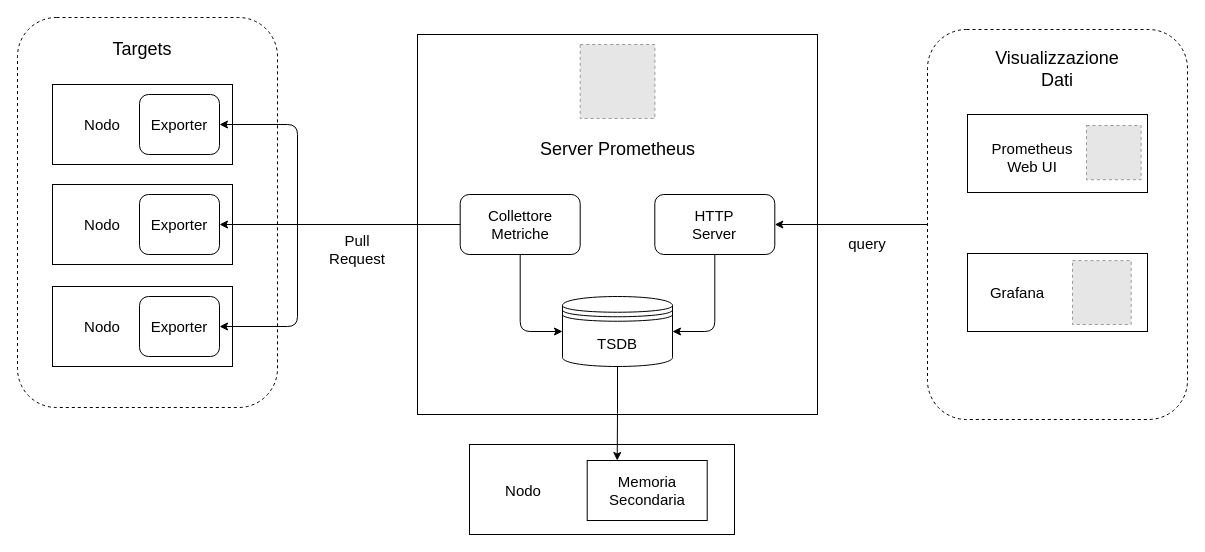
Earlier version of the draw.io diagram architettura-prometheus.drawio (aziap/Tesi). Source tidied: cells renumbered, new cells numbered last; positions are measured from the earlier drawing's top-left corner, leaving out a move shared by most shapes. Both pictures are drawn from the tidied source at 100%, with x=0, y=0 at pixel (17, 17). Pictures stored in the file or linked from it are replaced by grey dashed boxes.
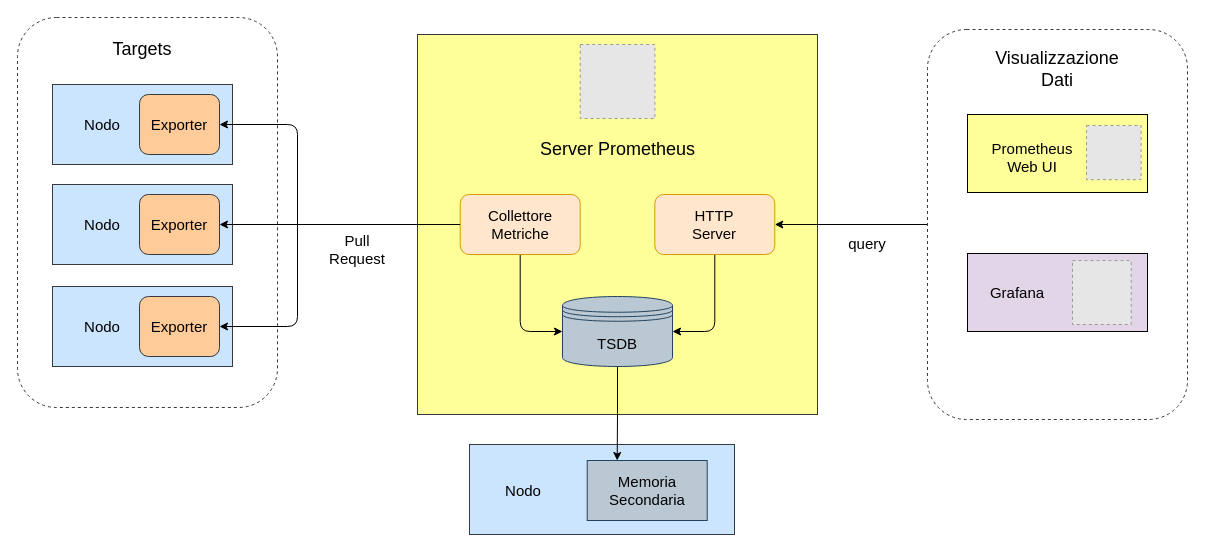
The same diagram, later.

Diff of the diagram source:
```diff
@@
-    <mxCell id="2" style="rounded=0;whiteSpace=wrap;html=1;" parent="1" vertex="1">
+    <mxCell id="2" style="rounded=0;whiteSpace=wrap;html=1;fillColor=#FFFF99;strokeColor=#36393d;" parent="1" vertex="1">
       <mxGeometry x="400" y="17" width="400" height="380" as="geometry" />
     </mxCell>
@@
-    <mxCell id="6" value="&lt;font style=&quot;font-size: 15px;&quot;&gt;Collettore &lt;br style=&quot;font-size: 15px;&quot;&gt;Metriche&lt;/font&gt;" style="rounded=1;whiteSpace=wrap;html=1;fontSize=15;" parent="1" vertex="1">
+    <mxCell id="6" value="&lt;font style=&quot;font-size: 15px;&quot;&gt;Collettore &lt;br style=&quot;font-size: 15px;&quot;&gt;Metriche&lt;/font&gt;" style="rounded=1;whiteSpace=wrap;html=1;fontSize=15;fillColor=#ffe6cc;strokeColor=#d79b00;" parent="1" vertex="1">
       <mxGeometry x="442.7" y="177" width="120" height="60" as="geometry" />
     </mxCell>
-    <mxCell id="7" value="&lt;font style=&quot;font-size: 15px;&quot;&gt;TSDB&lt;/font&gt;" style="shape=datastore;whiteSpace=wrap;html=1;" parent="1" vertex="1">
+    <mxCell id="7" value="&lt;font style=&quot;font-size: 15px;&quot;&gt;TSDB&lt;/font&gt;" style="shape=datastore;whiteSpace=wrap;html=1;fillColor=#bac8d3;strokeColor=#23445d;" parent="1" vertex="1">
       <mxGeometry x="545" y="279" width="110" height="70" as="geometry" />
     </mxCell>
@@
-    <mxCell id="9" value="HTTP&lt;br&gt;Server" style="rounded=1;whiteSpace=wrap;html=1;fontSize=15;" parent="1" vertex="1">
+    <mxCell id="9" value="HTTP&lt;br&gt;Server" style="rounded=1;whiteSpace=wrap;html=1;fontSize=15;fillColor=#ffe6cc;strokeColor=#d79b00;" parent="1" vertex="1">
       <mxGeometry x="637.3" y="177" width="120" height="60" as="geometry" />
     </mxCell>
-    <mxCell id="10" style="rounded=1;whiteSpace=wrap;html=1;dashed=1;" parent="1" vertex="1">
+    <mxCell id="10" style="rounded=1;whiteSpace=wrap;html=1;dashed=1;fillColor=none;strokeColor=#36393d;" parent="1" vertex="1">
       <mxGeometry width="260" height="390" as="geometry" />
     </mxCell>
@@
-    <mxCell id="13" style="rounded=0;whiteSpace=wrap;html=1;" parent="1" vertex="1">
+    <mxCell id="13" style="rounded=0;whiteSpace=wrap;html=1;fillColor=#cce5ff;strokeColor=#36393d;" parent="1" vertex="1">
       <mxGeometry x="452" y="427" width="265" height="90" as="geometry" />
     </mxCell>
@@
-    <mxCell id="15" value="&lt;font style=&quot;font-size: 15px;&quot;&gt;Memoria &lt;br&gt;Secondaria&lt;/font&gt;" style="rounded=0;whiteSpace=wrap;html=1;" parent="1" vertex="1">
+    <mxCell id="15" value="&lt;font style=&quot;font-size: 15px;&quot;&gt;Memoria &lt;br&gt;Secondaria&lt;/font&gt;" style="rounded=0;whiteSpace=wrap;html=1;fillColor=#bac8d3;strokeColor=#23445d;" parent="1" vertex="1">
       <mxGeometry x="569.7" y="443" width="120" height="60" as="geometry" />
     </mxCell>
@@
-    <mxCell id="17" style="group;" parent="1" vertex="1">
+    <mxCell id="17" style="group;fillColor=#cce5ff;strokeColor=#36393d;" parent="1" vertex="1">
       <mxGeometry x="35" y="67" width="180" height="80" as="geometry" />
     </mxCell>
-    <mxCell id="18" style="rounded=0;whiteSpace=wrap;html=1;" parent="17" vertex="1">
+    <mxCell id="18" style="rounded=0;whiteSpace=wrap;html=1;fillColor=#cce5ff;strokeColor=#36393d;" parent="17" vertex="1">
       <mxGeometry width="180" height="80" as="geometry" />
     </mxCell>
-    <mxCell id="19" value="&lt;font style=&quot;font-size: 15px;&quot;&gt;Exporter&lt;/font&gt;" style="rounded=1;whiteSpace=wrap;html=1;" parent="17" vertex="1">
+    <mxCell id="19" value="&lt;font style=&quot;font-size: 15px;&quot;&gt;Exporter&lt;/font&gt;" style="rounded=1;whiteSpace=wrap;html=1;fillColor=#ffcc99;strokeColor=#36393d;" parent="17" vertex="1">
       <mxGeometry x="87" y="10" width="80" height="60" as="geometry" />
     </mxCell>
@@
-    <mxCell id="21" style="group;" parent="1" vertex="1">
+    <mxCell id="21" style="group;fillColor=#cce5ff;strokeColor=#36393d;" parent="1" vertex="1">
       <mxGeometry x="35" y="167" width="180" height="80" as="geometry" />
     </mxCell>
-    <mxCell id="22" style="rounded=0;whiteSpace=wrap;html=1;" parent="21" vertex="1">
+    <mxCell id="22" style="rounded=0;whiteSpace=wrap;html=1;fillColor=#cce5ff;strokeColor=#36393d;" parent="21" vertex="1">
       <mxGeometry width="180" height="80" as="geometry" />
     </mxCell>
-    <mxCell id="23" value="&lt;font style=&quot;font-size: 15px;&quot;&gt;Exporter&lt;/font&gt;" style="rounded=1;whiteSpace=wrap;html=1;" parent="21" vertex="1">
+    <mxCell id="23" value="&lt;font style=&quot;font-size: 15px;&quot;&gt;Exporter&lt;/font&gt;" style="rounded=1;whiteSpace=wrap;html=1;fillColor=#ffcc99;strokeColor=#36393d;" parent="21" vertex="1">
       <mxGeometry x="87" y="10" width="80" height="60" as="geometry" />
     </mxCell>
@@
-    <mxCell id="25" style="group;" parent="1" vertex="1">
+    <mxCell id="25" style="group;fillColor=#ffcc99;strokeColor=#36393d;" parent="1" vertex="1">
       <mxGeometry x="35" y="269" width="180" height="80" as="geometry" />
     </mxCell>
-    <mxCell id="26" style="rounded=0;whiteSpace=wrap;html=1;" parent="25" vertex="1">
+    <mxCell id="26" style="rounded=0;whiteSpace=wrap;html=1;fillColor=#cce5ff;strokeColor=#36393d;" parent="25" vertex="1">
       <mxGeometry width="180" height="80" as="geometry" />
     </mxCell>
-    <mxCell id="27" value="&lt;font style=&quot;font-size: 15px;&quot;&gt;Exporter&lt;/font&gt;" style="rounded=1;whiteSpace=wrap;html=1;" parent="25" vertex="1">
+    <mxCell id="27" value="&lt;font style=&quot;font-size: 15px;&quot;&gt;Exporter&lt;/font&gt;" style="rounded=1;whiteSpace=wrap;html=1;fillColor=#ffcc99;strokeColor=#36393d;" parent="25" vertex="1">
       <mxGeometry x="87" y="10" width="80" height="60" as="geometry" />
     </mxCell>
@@
-    <mxCell id="32" style="rounded=1;whiteSpace=wrap;html=1;dashed=1;" parent="1" vertex="1">
+    <mxCell id="32" style="rounded=1;whiteSpace=wrap;html=1;dashed=1;fillColor=none;strokeColor=#36393d;" parent="1" vertex="1">
       <mxGeometry x="910" y="12" width="260" height="390" as="geometry" />
     </mxCell>
-    <mxCell id="33" style="group;" parent="1" vertex="1">
+    <mxCell id="33" style="group;fillColor=#e1d5e7;strokeColor=#9673a6;" parent="1" vertex="1">
       <mxGeometry x="950" y="236" width="180" height="78" as="geometry" />
     </mxCell>
-    <mxCell id="34" style="rounded=0;whiteSpace=wrap;html=1;" parent="33" vertex="1">
+    <mxCell id="34" style="rounded=0;whiteSpace=wrap;html=1;fillColor=#e1d5e7;strokeColor=#000000;" parent="33" vertex="1">
       <mxGeometry width="180" height="78" as="geometry" />
     </mxCell>
@@
-    <mxCell id="38" style="rounded=0;whiteSpace=wrap;html=1;" parent="1" vertex="1">
+    <mxCell id="38" style="rounded=0;whiteSpace=wrap;html=1;fillColor=#FFFF99;" parent="1" vertex="1">
       <mxGeometry x="950" y="97" width="180" height="78" as="geometry" />
     </mxCell>
```
